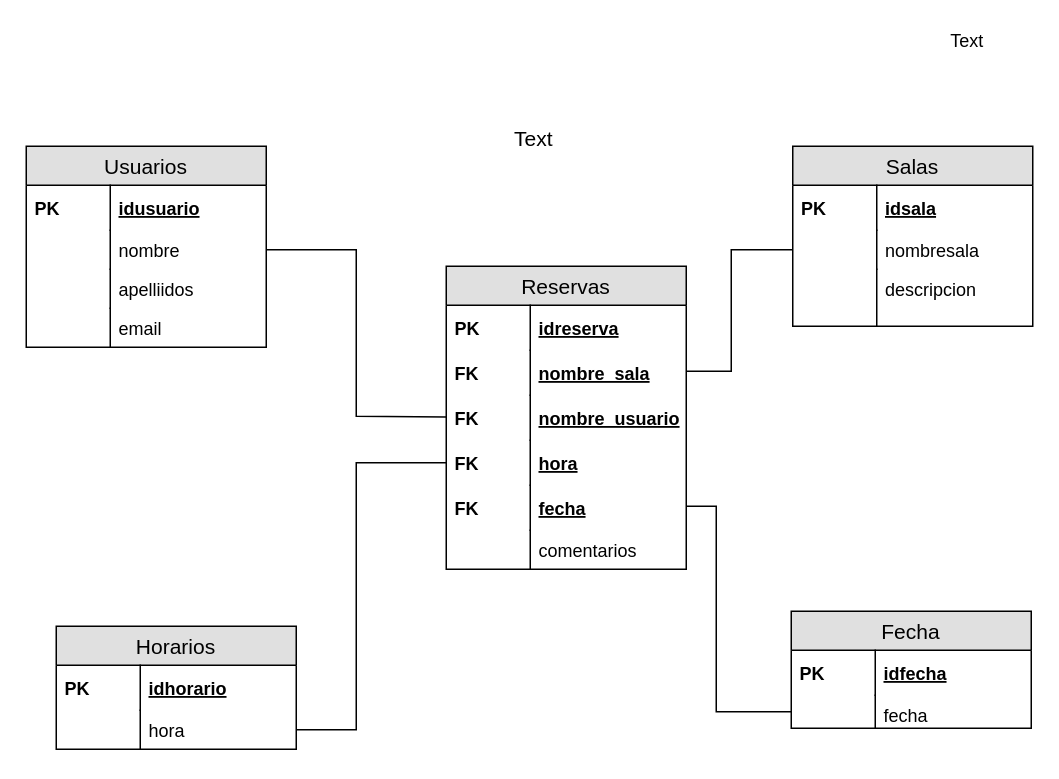
The draw.io diagram recursospresentacion/Untitled Diagram.drawio in ifthencode/reservadesalas, before the edit. Source tidied: cells renumbered, new cells numbered last; positions are measured from the earlier drawing's top-left corner, leaving out a move shared by most shapes. Both pictures are drawn from the tidied source at 150%, with x=0, y=0 at pixel (26, 26).
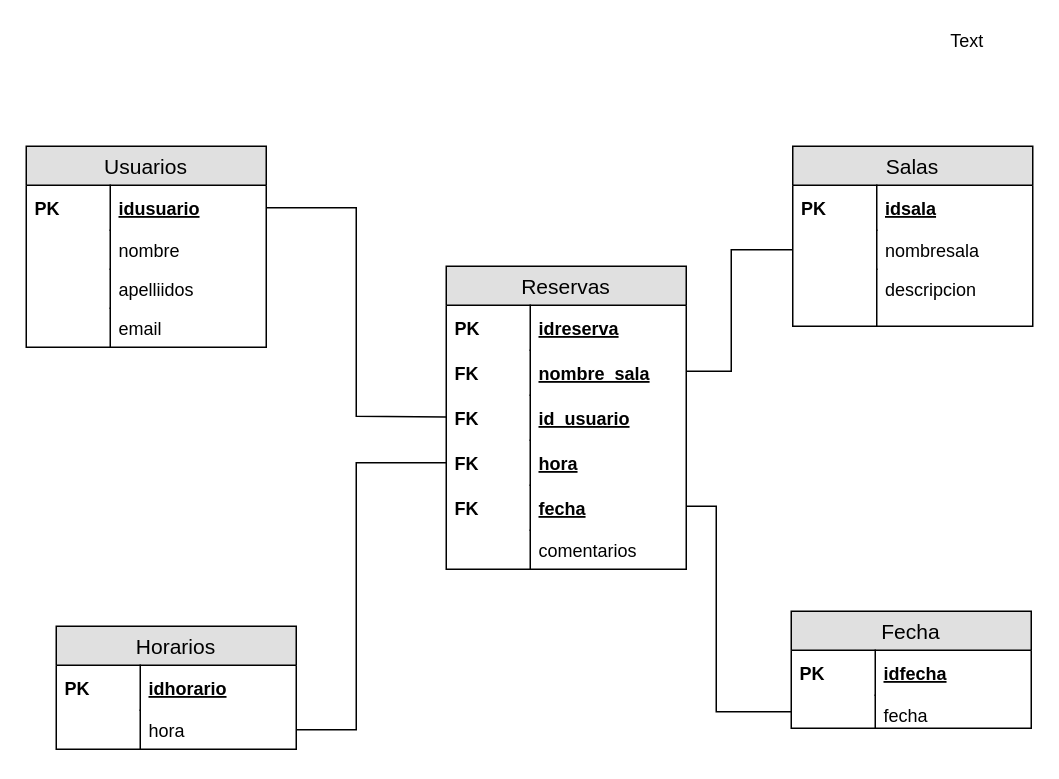
The same diagram, later.

Commit message (it also covers changes not shown here):
modificacion doc y diagrama

Unchanged cells that the change refers to:
```xml
<mxCell id="4" value="idusuario" style="shape=partialRectangle;top=0;left=0;right=0;bottom=0;align=left;verticalAlign=middle;fillColor=none;spacingLeft=60;spacingRight=4;overflow=hidden;points=[[0,0.5],[1,0.5]];portConstraint=eastwest;fontStyle=5;fontSize=12;" parent="3" vertex="1">
  <mxGeometry y="26" width="160" height="30" as="geometry" />
</mxCell>
<mxCell id="6" value="nombre&#10;" style="shape=partialRectangle;top=0;left=0;right=0;bottom=0;align=left;verticalAlign=top;fillColor=none;spacingLeft=60;spacingRight=4;overflow=hidden;points=[[0,0.5],[1,0.5]];portConstraint=eastwest;fontSize=12;" parent="3" vertex="1">
  <mxGeometry y="56" width="160" height="26" as="geometry" />
</mxCell>
<mxCell id="19" value="Reservas" style="swimlane;fontStyle=0;horizontal=1;startSize=26;fillColor=#e0e0e0;swimlaneFillColor=#ffffff;align=center;fontSize=14;rounded=0;" parent="1" vertex="1">
  <mxGeometry x="280" y="160" width="160" height="202" as="geometry" />
</mxCell>
```

What changed in the source:
```diff
@@
-    <mxCell id="24" value="nombre_usuario" style="shape=partialRectangle;top=0;left=0;right=0;bottom=1;align=left;verticalAlign=middle;fillColor=none;spacingLeft=60;spacingRight=4;overflow=hidden;points=[[0,0.5],[1,0.5]];portConstraint=eastwest;fontStyle=5;fontSize=12;strokeColor=none;" parent="19" vertex="1">
+    <mxCell id="24" value="id_usuario" style="shape=partialRectangle;top=0;left=0;right=0;bottom=1;align=left;verticalAlign=middle;fillColor=none;spacingLeft=60;spacingRight=4;overflow=hidden;points=[[0,0.5],[1,0.5]];portConstraint=eastwest;fontStyle=5;fontSize=12;strokeColor=none;" parent="19" vertex="1">
       <mxGeometry y="86" width="160" height="30" as="geometry" />
     </mxCell>
@@
-    <mxCell id="32" style="endArrow=none;html=1;rounded=0;exitX=1;exitY=0.5;exitDx=0;exitDy=0;" parent="1" edge="1" source="6" target="24">
+    <mxCell id="32" style="endArrow=none;html=1;rounded=0;exitX=1;exitY=0.5;exitDx=0;exitDy=0;" parent="1" edge="1" source="4" target="24">
       <mxGeometry relative="1" as="geometry">
         <Array as="points">
-          <mxPoint x="220" y="149" />
+          <mxPoint x="220" y="121" />
           <mxPoint x="220" y="260" />
         </Array>
       </mxGeometry>
     </mxCell>
@@
-    <mxCell id="46" value="Text" style="text;html=1;align=center;verticalAlign=middle;fontSize=14;" parent="1" vertex="1">
-      <mxGeometry x="318" y="65" width="40" height="20" as="geometry" />
-    </mxCell>
```
